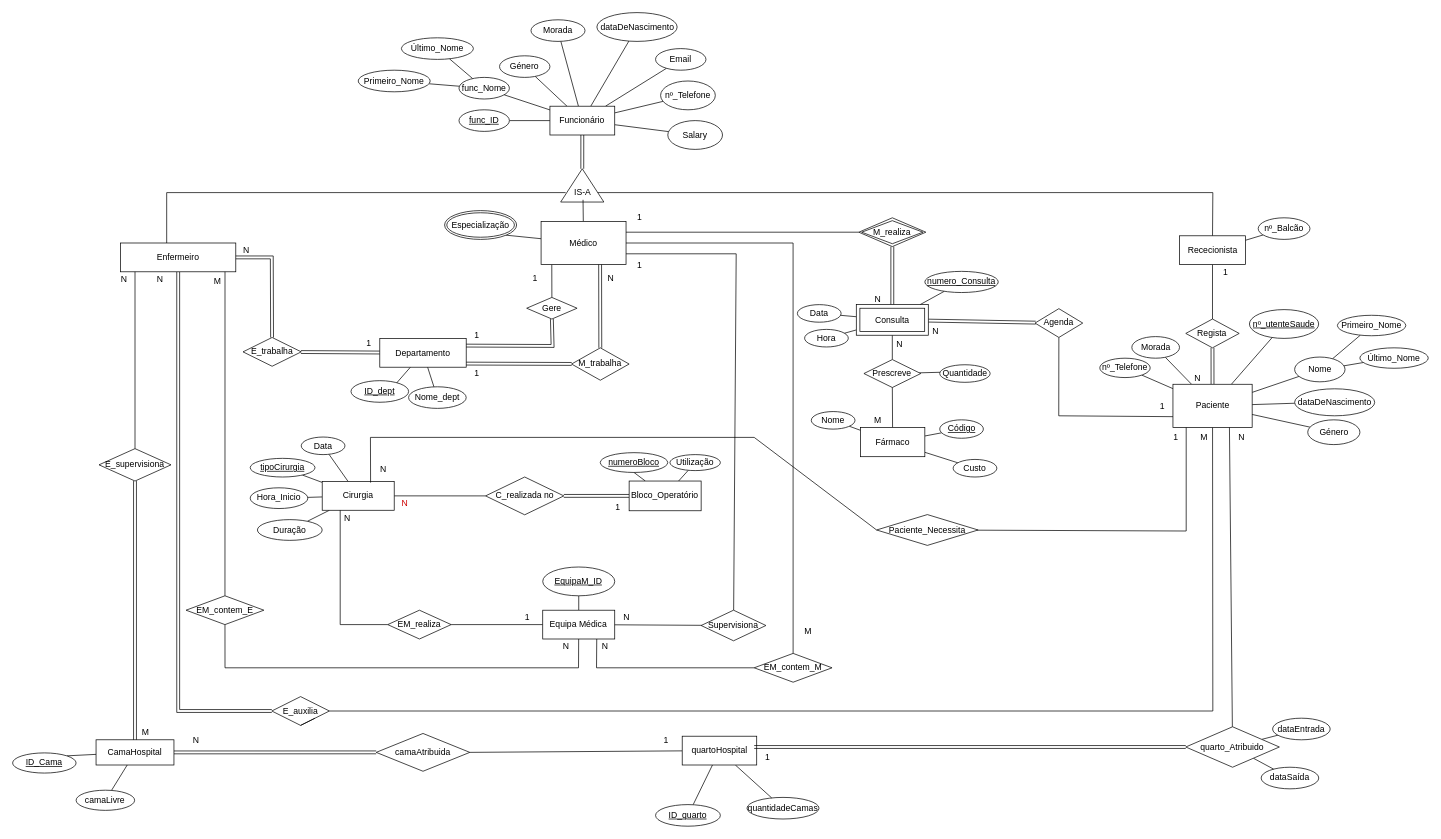
This is diagramas_v2/Hopsital_Management_System_DER.drawio from CF2001/Database, a draw.io file, before an edit. Source tidied: cells renumbered, new cells numbered last; positions are measured from the earlier drawing's top-left corner, leaving out a move shared by most shapes. Both pictures are drawn from the tidied source at 72%, with x=0, y=0 at pixel (12, 12).
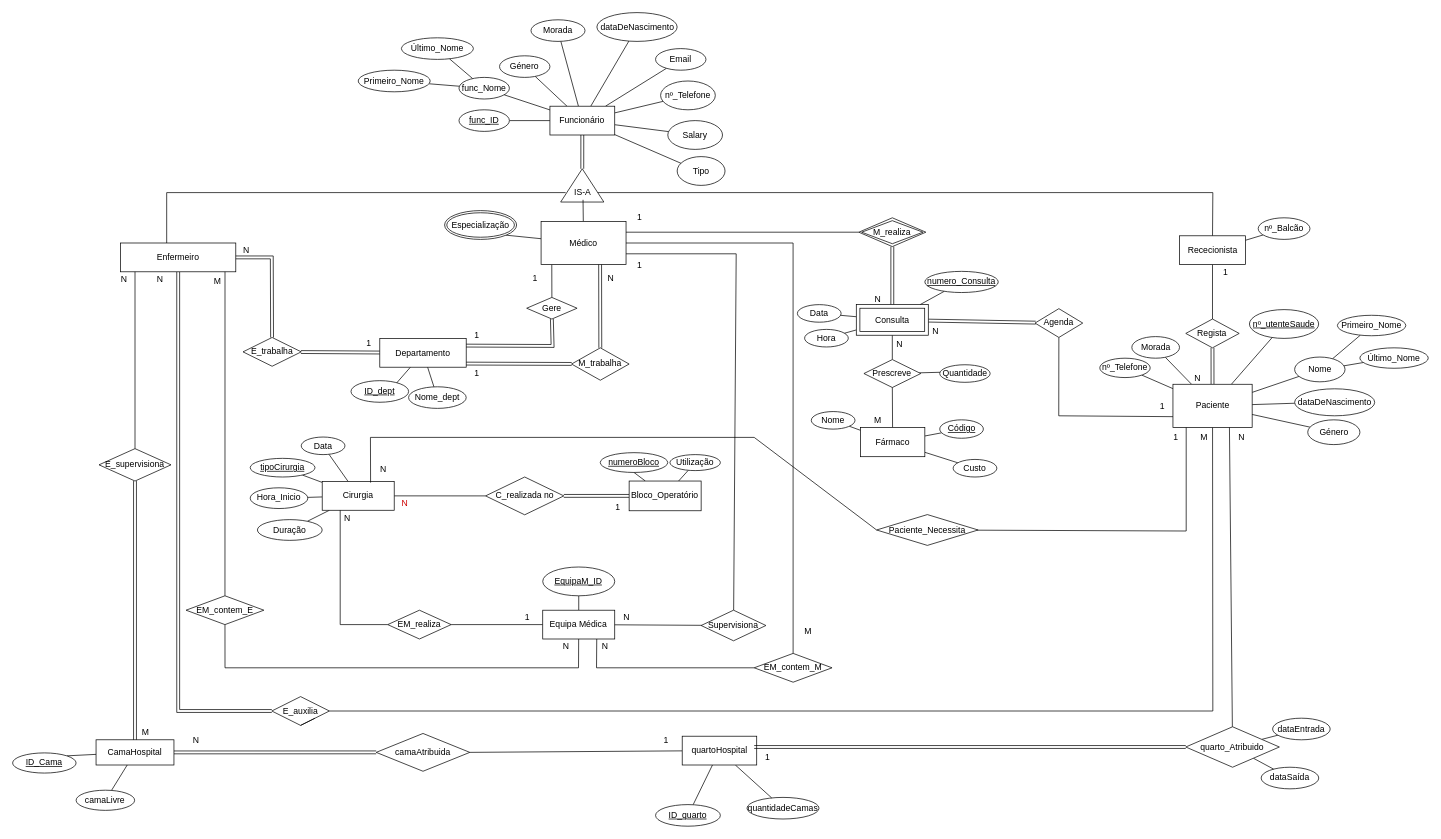
The same page after the edit.

Commit message (it also covers changes not shown here):
diagram + table adjustment

Unchanged cells that the change refers to:
```xml
<mxCell id="16" value="Funcionário" style="rounded=0;whiteSpace=wrap;html=1;" parent="1" vertex="1">
  <mxGeometry x="746.3" y="130" width="90" height="40" as="geometry" />
</mxCell>
```

The edit, as a diff of the source:
```diff
@@
+    <mxCell id="195" style="rounded=0;jettySize=auto;html=1;endArrow=none;endFill=0;" parent="1" edge="1" source="16">
+      <mxGeometry relative="1" as="geometry">
+        <mxPoint x="930" y="210" as="targetPoint" />
+      </mxGeometry>
+    </mxCell>
@@
+    <mxCell id="196" value="Tipo" style="ellipse;whiteSpace=wrap;html=1;" parent="1" vertex="1">
+      <mxGeometry x="923" y="200" width="66.5" height="40" as="geometry" />
+    </mxCell>
```
